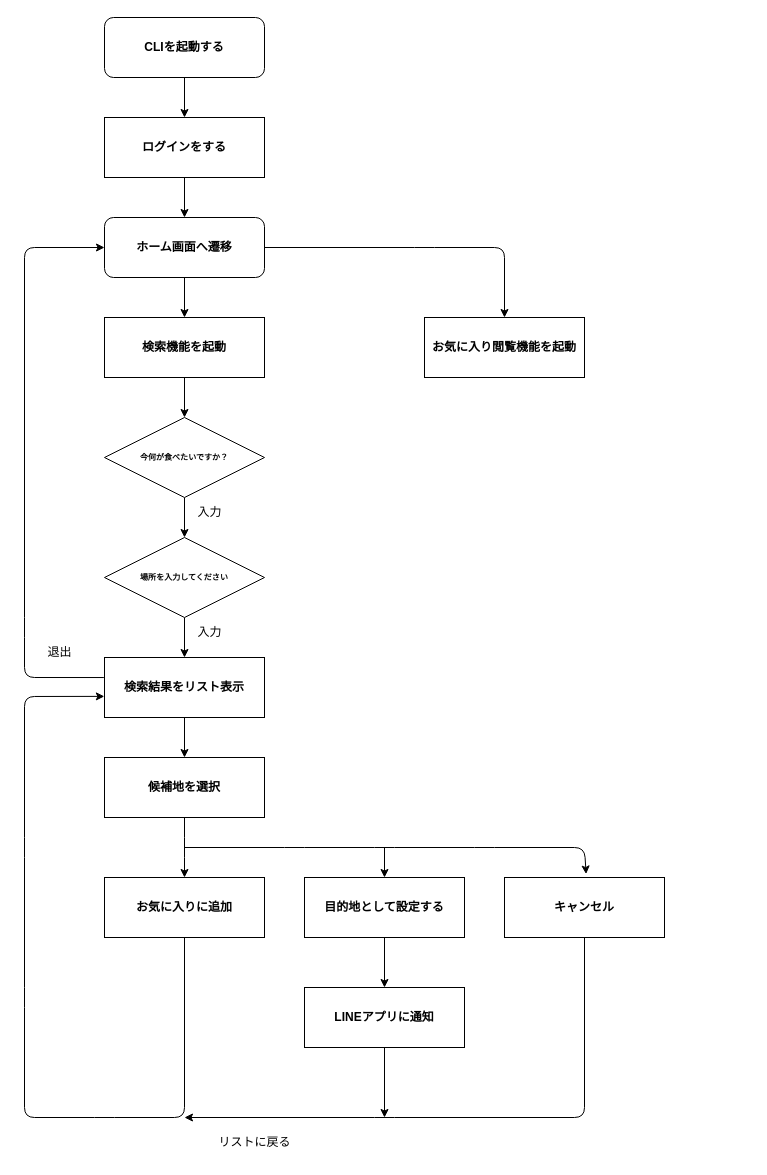
Above: page "検索機能" (1 of 2) of others/flow.drawio in Seiya-Tagami/go-practice (draw.io), before the change. Source tidied: cells renumbered, new cells numbered last; positions are measured from the earlier drawing's top-left corner, leaving out a move shared by most shapes. Both pictures are drawn from the tidied source at 100%, with x=0, y=0 at pixel (24, 17).
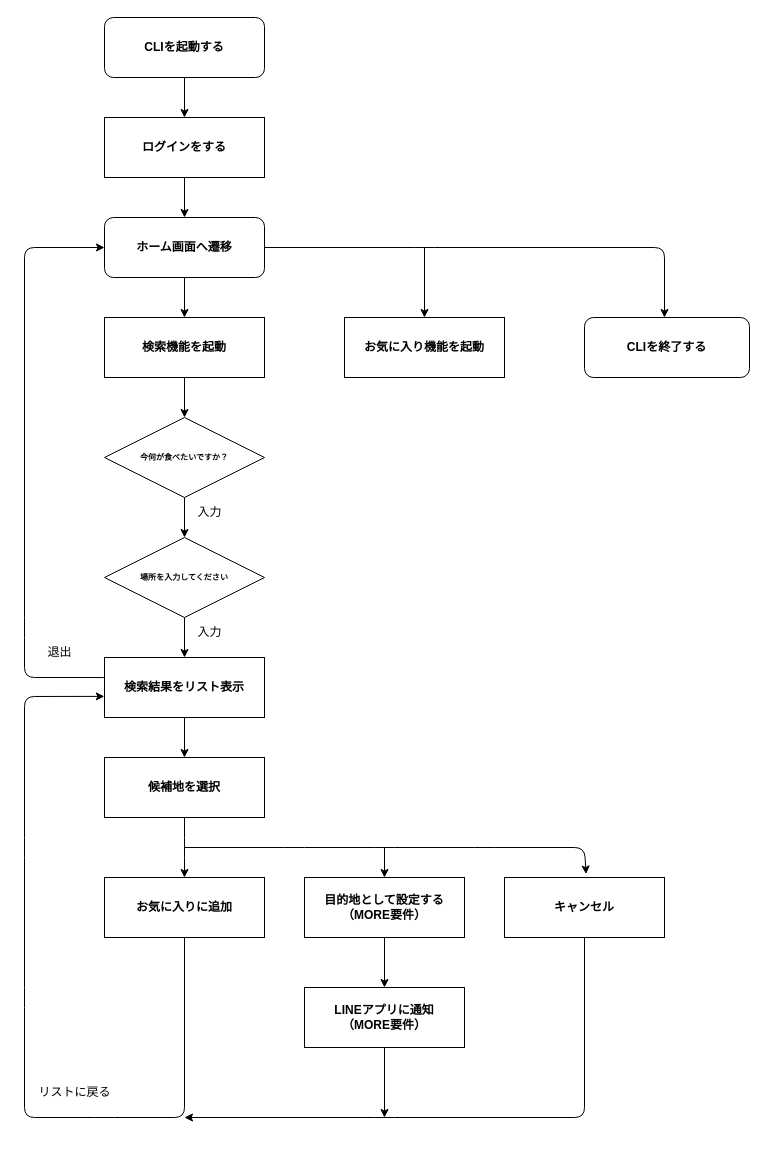
The same page after the edit.

The change refers to these unchanged cells:
```xml
<mxCell id="8" value="&lt;b&gt;ホーム画面へ遷移&lt;/b&gt;" style="rounded=1;whiteSpace=wrap;html=1;" parent="1" vertex="1">
  <mxGeometry x="80" y="200" width="160" height="60" as="geometry" />
</mxCell>
```

What changed in the source:
```diff
@@
-    <mxCell id="7" style="edgeStyle=none;html=1;entryX=0.5;entryY=0;entryDx=0;entryDy=0;exitX=1;exitY=0.5;exitDx=0;exitDy=0;" parent="1" edge="1" source="8">
+    <mxCell id="7" style="edgeStyle=none;html=1;exitX=1;exitY=0.5;exitDx=0;exitDy=0;entryX=0.5;entryY=0;entryDx=0;entryDy=0;" parent="1" edge="1" source="8">
       <mxGeometry relative="1" as="geometry">
-        <mxPoint x="480" y="300" as="targetPoint" />
+        <mxPoint x="640" y="300" as="targetPoint" />
         <Array as="points">
           <mxPoint x="400" y="230" />
-          <mxPoint x="480" y="230" />
+          <mxPoint x="640" y="230" />
         </Array>
       </mxGeometry>
     </mxCell>
@@
-    <mxCell id="11" value="&lt;b&gt;お気に入り閲覧機能を起動&lt;/b&gt;" style="rounded=0;whiteSpace=wrap;html=1;" parent="1" vertex="1">
-      <mxGeometry x="400" y="300" width="160" height="60" as="geometry" />
+    <mxCell id="11" value="&lt;b&gt;お気に入り機能を起動&lt;/b&gt;" style="rounded=0;whiteSpace=wrap;html=1;" parent="1" vertex="1">
+      <mxGeometry x="320" y="300" width="160" height="60" as="geometry" />
     </mxCell>
@@
     <mxCell id="29" value="リストに戻る" style="text;html=1;align=center;verticalAlign=middle;strokeColor=none;fillColor=none;" parent="1" vertex="1">
-      <mxGeometry x="180" y="1110" width="100" height="30" as="geometry" />
+      <mxGeometry y="1060" width="100" height="30" as="geometry" />
     </mxCell>
@@
-    <mxCell id="31" value="&lt;b&gt;目的地として設定する&lt;/b&gt;" style="rounded=0;whiteSpace=wrap;html=1;" parent="1" vertex="1">
+    <mxCell id="31" value="&lt;b&gt;目的地として設定する（MORE要件）&lt;/b&gt;" style="rounded=0;whiteSpace=wrap;html=1;" parent="1" vertex="1">
       <mxGeometry x="280" y="860" width="160" height="60" as="geometry" />
     </mxCell>
@@
-    <mxCell id="34" value="&lt;b&gt;LINEアプリに通知&lt;/b&gt;" style="rounded=0;whiteSpace=wrap;html=1;" parent="1" vertex="1">
+    <mxCell id="34" value="&lt;b&gt;LINEアプリに通知&lt;br&gt;（MORE要件）&lt;/b&gt;" style="rounded=0;whiteSpace=wrap;html=1;" parent="1" vertex="1">
       <mxGeometry x="280" y="970" width="160" height="60" as="geometry" />
     </mxCell>
+    <mxCell id="35" style="endArrow=classic;html=1;entryX=0.5;entryY=0;entryDx=0;entryDy=0;" parent="1" edge="1" target="11">
+      <mxGeometry relative="1" as="geometry">
+        <mxPoint x="400" y="230" as="sourcePoint" />
+      </mxGeometry>
+    </mxCell>
+    <mxCell id="36" value="&lt;h4&gt;CLIを終了する&lt;/h4&gt;" style="rounded=1;whiteSpace=wrap;html=1;" parent="1" vertex="1">
+      <mxGeometry x="560" y="300" width="165" height="60" as="geometry" />
+    </mxCell>
```
